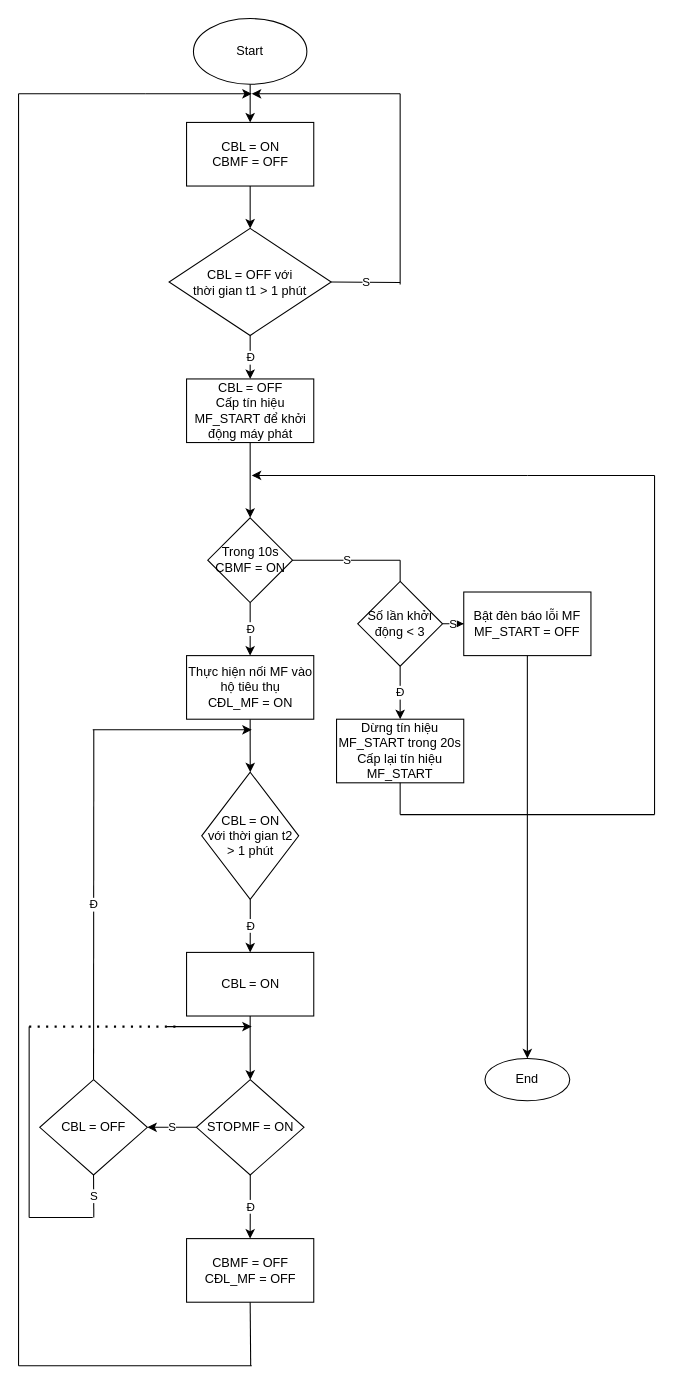
This is Untitled Diagram.drawio from thiendevweb/C-code, a draw.io file, before an edit. Source tidied: cells renumbered, new cells numbered last; positions are measured from the earlier drawing's top-left corner, leaving out a move shared by most shapes. Both pictures are drawn from the tidied source at 106%, with x=0, y=0 at pixel (18, 18).
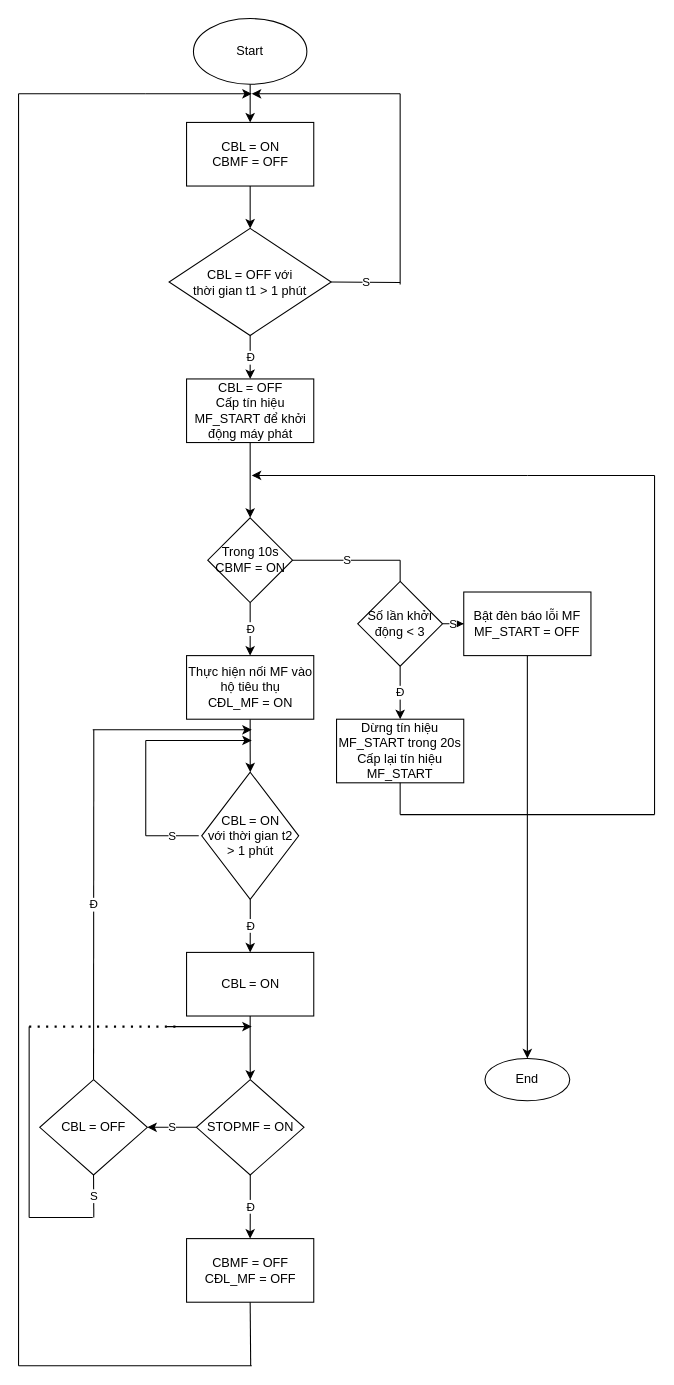
The same page after the edit.

Diff of the diagram source:
```diff
@@
+    <mxCell id="52" value="S" style="endArrow=none;html=1;rounded=0;" parent="1" edge="1">
+      <mxGeometry relative="1" as="geometry">
+        <mxPoint x="120" y="771" as="sourcePoint" />
+        <mxPoint x="170" y="771" as="targetPoint" />
+      </mxGeometry>
+    </mxCell>
+    <mxCell id="53" style="endArrow=none;html=1;rounded=0;" parent="1" edge="1">
+      <mxGeometry relative="1" as="geometry">
+        <mxPoint x="120" y="771" as="sourcePoint" />
+        <mxPoint x="120" y="681" as="targetPoint" />
+      </mxGeometry>
+    </mxCell>
+    <mxCell id="54" style="endArrow=classic;html=1;rounded=0;" parent="1" edge="1">
+      <mxGeometry relative="1" as="geometry">
+        <mxPoint x="120" y="681" as="sourcePoint" />
+        <mxPoint x="220" y="681" as="targetPoint" />
+      </mxGeometry>
+    </mxCell>
```
